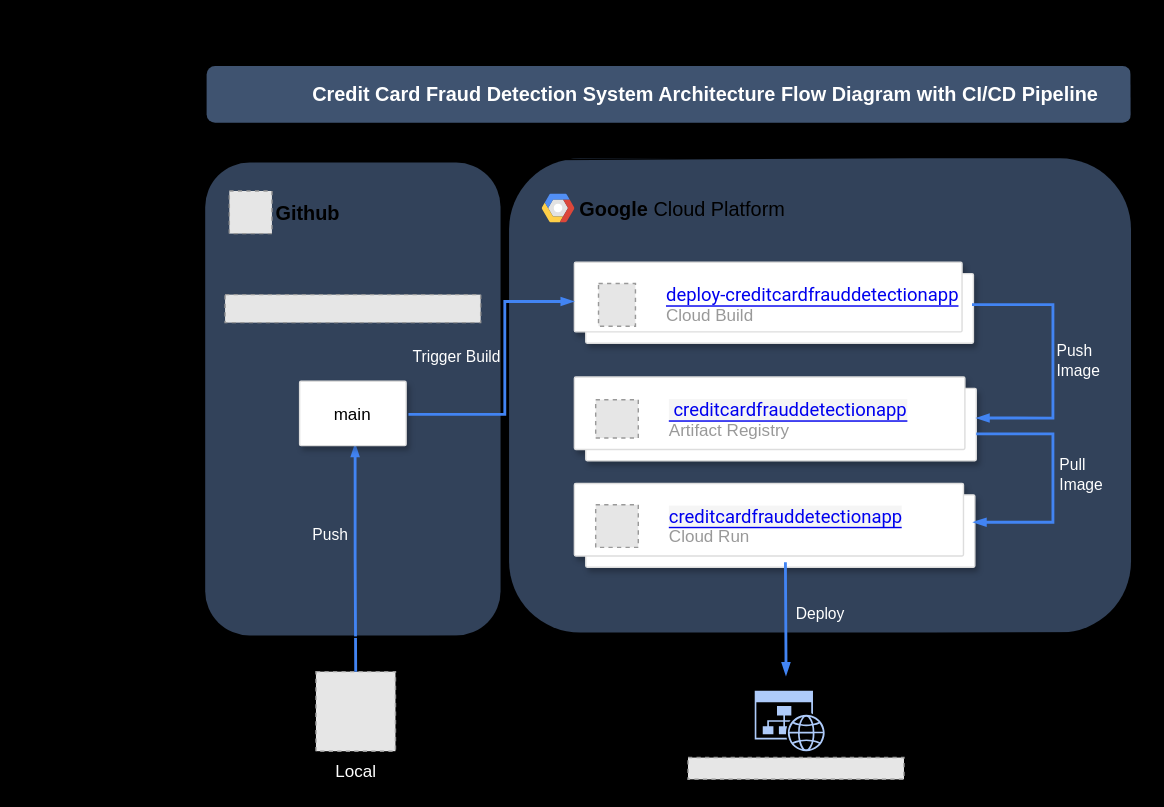
This is page "Page-1" (1 of 2) of System Architecture.drawio from hanimsofiah/CreditCardFraudDetection, a draw.io file, before an edit. Source tidied: cells renumbered, new cells numbered last; positions are measured from the earlier drawing's top-left corner, leaving out a move shared by most shapes. Both pictures are drawn from the tidied source at 142%, with x=0, y=0 at pixel (24, 24). Pictures stored in the file or linked from it are replaced by grey dashed boxes.
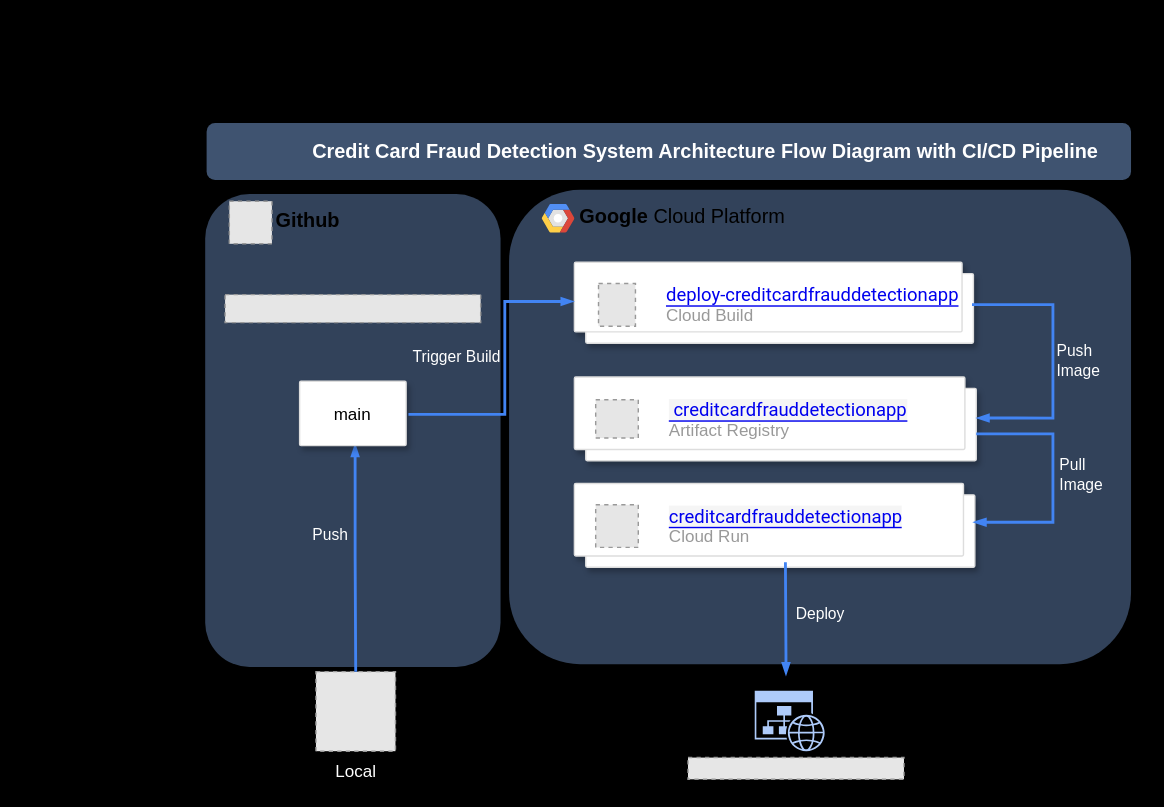
The same page after the edit.

Change to the diagram source:
```diff
@@
-    <mxCell id="2" value="&lt;div&gt;&lt;b&gt;&lt;br&gt;&lt;/b&gt;&lt;/div&gt;&lt;b&gt;Google &lt;/b&gt;Cloud Platform" style="fillColor=#7EA6E0;strokeColor=none;shadow=0;gradientColor=none;fontSize=14;align=left;spacing=10;fontColor=#000000;9E9E9E;verticalAlign=top;spacingTop=-4;fontStyle=0;spacingLeft=40;html=1;rounded=1;opacity=40;" parent="1" vertex="1">
-      <mxGeometry x="341" y="94" width="438" height="334" as="geometry" />
+    <mxCell id="2" value="&lt;div&gt;&lt;b style=&quot;background-color: initial;&quot;&gt;Google &lt;/b&gt;&lt;span style=&quot;background-color: initial;&quot;&gt;Cloud Platform&lt;/span&gt;&lt;br&gt;&lt;/div&gt;" style="fillColor=#7EA6E0;strokeColor=none;shadow=0;gradientColor=none;fontSize=14;align=left;spacing=10;fontColor=#000000;9E9E9E;verticalAlign=top;spacingTop=-4;fontStyle=0;spacingLeft=40;html=1;rounded=1;opacity=40;" parent="1" vertex="1">
+      <mxGeometry x="341" y="116.2" width="438" height="334" as="geometry" />
     </mxCell>
     <mxCell id="3" value="Credit Card Fraud Detection System Architecture Flow Diagram with CI/CD Pipeline" style="fillColor=#7EA6E0;strokeColor=none;shadow=1;gradientColor=none;fontSize=14;align=center;spacingLeft=50;fontColor=#FFFFFF;html=1;rounded=1;opacity=50;fontStyle=1;" parent="1" vertex="1">
-      <mxGeometry x="128" y="29" width="651" height="40" as="geometry" />
+      <mxGeometry x="128" y="69.2" width="651" height="40" as="geometry" />
     </mxCell>
-    <mxCell id="4" value="&lt;div&gt;&lt;b&gt;&lt;br&gt;&lt;/b&gt;&lt;/div&gt;&lt;b&gt;Github&lt;/b&gt;&lt;div&gt;&lt;/div&gt;" style="fillColor=#7EA6E0;strokeColor=none;shadow=0;gradientColor=none;fontSize=14;align=left;spacing=10;fontColor=#000000;9E9E9E;verticalAlign=top;spacingTop=-4;fontStyle=0;spacingLeft=40;html=1;rounded=1;opacity=40;" parent="1" vertex="1">
-      <mxGeometry x="127" y="97" width="208" height="333" as="geometry" />
+    <mxCell id="4" value="&lt;div&gt;&lt;b style=&quot;background-color: initial;&quot;&gt;Github&lt;/b&gt;&lt;br&gt;&lt;/div&gt;&lt;div&gt;&lt;/div&gt;" style="fillColor=#7EA6E0;strokeColor=none;shadow=0;gradientColor=none;fontSize=14;align=left;spacing=10;fontColor=#000000;9E9E9E;verticalAlign=top;spacingTop=-4;fontStyle=0;spacingLeft=40;html=1;rounded=1;opacity=40;" parent="1" vertex="1">
+      <mxGeometry x="127" y="119.2" width="208" height="333" as="geometry" />
     </mxCell>
     <mxCell id="5" style="fillColor=#E6E6E6;strokeColor=#999999;dashed=1;verticalAlign=top;verticalLabelPosition=bottom;labelBackgroundColor=none;fontColor=#FFFFFF;" parent="1" vertex="1">
-      <mxGeometry x="144" y="117" width="30" height="30" as="geometry" />
+      <mxGeometry x="144" y="124.2" width="30" height="30" as="geometry" />
     </mxCell>
@@
     <mxCell id="17" style="shape=mxgraph.gcp2.google_cloud_platform;fillColor=#F6F6F6;strokeColor=none;shadow=0;gradientColor=none;" parent="1" vertex="1">
-      <mxGeometry x="364" y="119" width="23" height="20" as="geometry">
+      <mxGeometry x="364" y="126.2" width="23" height="20" as="geometry">
         <mxPoint x="21" y="27" as="offset" />
       </mxGeometry>
     </mxCell>
-    <mxCell id="18" style="endArrow=none;html=1;rounded=0;strokeColor=#000000;" parent="1" edge="1">
-      <mxGeometry relative="1" as="geometry">
-        <mxPoint x="95" y="432" as="sourcePoint" />
-        <mxPoint x="773" y="428" as="targetPoint" />
-      </mxGeometry>
-    </mxCell>
-    <mxCell id="19" style="endArrow=none;html=1;rounded=0;strokeColor=#000000;" parent="1" edge="1">
-      <mxGeometry relative="1" as="geometry">
-        <mxPoint y="97" as="sourcePoint" />
-        <mxPoint x="678" y="93" as="targetPoint" />
-      </mxGeometry>
-    </mxCell>
@@
-    <mxCell id="29" style="endArrow=none;html=1;rounded=0;strokeColor=#000000;" parent="1" edge="1">
-      <mxGeometry relative="1" as="geometry">
-        <mxPoint x="117" y="434" as="sourcePoint" />
-        <mxPoint x="115" as="targetPoint" />
-      </mxGeometry>
-    </mxCell>
-    <mxCell id="30" style="endArrow=none;html=1;rounded=0;strokeColor=#000000;" parent="1" edge="1">
-      <mxGeometry relative="1" as="geometry">
-        <mxPoint x="781" y="452" as="sourcePoint" />
-        <mxPoint x="779" y="18" as="targetPoint" />
-      </mxGeometry>
-    </mxCell>
```
